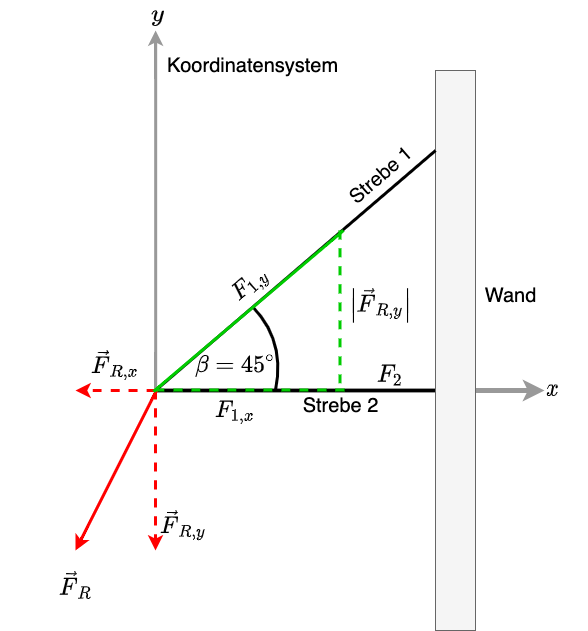
EUPhysik/LecturePhysicsOne keeps this draw.io diagram as book/Massenpunkt/Kräfte/Bilder/statik_wandhalterung_res_2.png. Above is the earlier version. Source tidied: cells renumbered, new cells last; positions are measured from the earlier drawing's top-left corner, leaving out a move shared by most shapes. Source of this version:
```xml
<mxGraphModel math="1">
  <root>
    <mxCell id="0" />
    <mxCell id="1" parent="0" />
    <mxCell id="2" style="endArrow=classic;html=1;fontSize=20;strokeColor=#999999;strokeWidth=3;curved=1;" parent="1" edge="1">
      <mxGeometry relative="1" as="geometry">
        <mxPoint x="155.2" y="390" as="sourcePoint" />
        <mxPoint x="155.2" y="30" as="targetPoint" />
      </mxGeometry>
    </mxCell>
    <mxCell id="3" style="endArrow=classic;html=1;fontSize=20;strokeColor=#999999;strokeWidth=5;curved=1;" parent="1" edge="1">
      <mxGeometry relative="1" as="geometry">
        <mxPoint x="154" y="390" as="sourcePoint" />
        <mxPoint x="544" y="390" as="targetPoint" />
      </mxGeometry>
    </mxCell>
    <mxCell id="4" style="endArrow=none;html=1;rounded=0;strokeWidth=3;" parent="1" edge="1">
      <mxGeometry relative="1" as="geometry">
        <mxPoint x="155" y="390" as="sourcePoint" />
        <mxPoint x="445" y="390" as="targetPoint" />
      </mxGeometry>
    </mxCell>
    <mxCell id="5" style="rounded=0;whiteSpace=wrap;html=1;fillColor=#f5f5f5;fontColor=#333333;strokeColor=#666666;" parent="1" vertex="1">
      <mxGeometry x="435" y="70" width="40" height="560" as="geometry" />
    </mxCell>
    <mxCell id="6" style="endArrow=none;html=1;rounded=0;entryX=0;entryY=0.143;entryDx=0;entryDy=0;entryPerimeter=0;strokeWidth=3;" parent="1" edge="1" target="5">
      <mxGeometry relative="1" as="geometry">
        <mxPoint x="155" y="390" as="sourcePoint" />
      </mxGeometry>
    </mxCell>
    <mxCell id="7" value="Strebe 1" style="text;html=1;align=center;verticalAlign=middle;fillColor=none;strokeColor=none;rounded=0;fontSize=20;rotation=319;" parent="1" vertex="1">
      <mxGeometry x="335" y="160" width="90" height="30" as="geometry" />
    </mxCell>
    <mxCell id="8" value="Strebe 2" style="text;html=1;align=center;verticalAlign=middle;fillColor=none;strokeColor=none;rounded=0;fontSize=20;" parent="1" vertex="1">
      <mxGeometry x="295" y="390" width="90" height="30" as="geometry" />
    </mxCell>
    <mxCell id="9" value="Wand" style="text;html=1;align=center;verticalAlign=middle;fillColor=none;strokeColor=none;rounded=0;fontSize=20;" parent="1" vertex="1">
      <mxGeometry x="475" y="280" width="70" height="30" as="geometry" />
    </mxCell>
    <mxCell id="10" value="$$F_{1,y}$$" style="text;html=1;align=center;verticalAlign=middle;fillColor=none;strokeColor=none;rounded=0;fontSize=20;rotation=319;" parent="1" vertex="1">
      <mxGeometry x="190" y="270" width="120" height="30" as="geometry" />
    </mxCell>
    <mxCell id="11" value="$$F_2$$" style="text;html=1;align=center;verticalAlign=middle;fillColor=none;strokeColor=none;rounded=0;fontSize=20;" parent="1" vertex="1">
      <mxGeometry x="345" y="360" width="90" height="30" as="geometry" />
    </mxCell>
    <mxCell id="12" style="endArrow=none;html=1;fontSize=20;strokeColor=#000000;strokeWidth=3;curved=1;" parent="1" edge="1">
      <mxGeometry relative="1" as="geometry">
        <mxPoint x="275" y="390" as="sourcePoint" />
        <mxPoint x="252" y="306" as="targetPoint" />
        <Array as="points">
          <mxPoint x="285" y="340" />
        </Array>
      </mxGeometry>
    </mxCell>
    <mxCell id="13" value="$$\beta = 45^\circ$$" style="text;html=1;align=center;verticalAlign=middle;fillColor=none;strokeColor=none;rounded=0;fontSize=20;" parent="1" vertex="1">
      <mxGeometry x="135" y="350" width="200" height="30" as="geometry" />
    </mxCell>
    <mxCell id="14" value="$$\vec{F}_R$$" style="text;html=1;align=center;verticalAlign=middle;fillColor=none;strokeColor=none;rounded=0;fontSize=20;" parent="1" vertex="1">
      <mxGeometry y="570" width="150" height="30" as="geometry" />
    </mxCell>
    <mxCell id="15" style="endArrow=none;html=1;strokeWidth=3;fontSize=20;curved=1;strokeColor=#FF0000;startArrow=classic;startFill=1;" parent="1" edge="1">
      <mxGeometry relative="1" as="geometry">
        <mxPoint x="75" y="550" as="sourcePoint" />
        <mxPoint x="156" y="390" as="targetPoint" />
      </mxGeometry>
    </mxCell>
    <mxCell id="16" value="Koordinatensystem" style="text;html=1;align=center;verticalAlign=middle;fillColor=none;strokeColor=none;rounded=0;fontSize=20;" parent="1" vertex="1">
      <mxGeometry x="157" y="50" width="190" height="30" as="geometry" />
    </mxCell>
    <mxCell id="17" value="$$x$$" style="text;html=1;align=center;verticalAlign=middle;fillColor=none;strokeColor=none;rounded=0;fontSize=20;" parent="1" vertex="1">
      <mxGeometry x="517" y="374" width="70" height="30" as="geometry" />
    </mxCell>
    <mxCell id="18" value="$$y$$" style="text;html=1;align=center;verticalAlign=middle;fillColor=none;strokeColor=none;rounded=0;fontSize=20;" parent="1" vertex="1">
      <mxGeometry x="122" width="70" height="30" as="geometry" />
    </mxCell>
    <mxCell id="19" style="endArrow=classic;html=1;fontSize=20;strokeColor=#FF0000;strokeWidth=3;curved=1;dashed=1;" parent="1" edge="1">
      <mxGeometry relative="1" as="geometry">
        <mxPoint x="155" y="390" as="sourcePoint" />
        <mxPoint x="155" y="550" as="targetPoint" />
      </mxGeometry>
    </mxCell>
    <mxCell id="20" value="$$\vec{F}_{R,y}$$" style="text;html=1;align=center;verticalAlign=middle;fillColor=none;strokeColor=none;rounded=0;fontSize=20;" parent="1" vertex="1">
      <mxGeometry x="93" y="510" width="180" height="30" as="geometry" />
    </mxCell>
    <mxCell id="21" style="endArrow=classic;html=1;fontSize=20;strokeColor=#FF0000;strokeWidth=3;curved=1;dashed=1;" parent="1" edge="1">
      <mxGeometry relative="1" as="geometry">
        <mxPoint x="155" y="390" as="sourcePoint" />
        <mxPoint x="75" y="390" as="targetPoint" />
      </mxGeometry>
    </mxCell>
    <mxCell id="22" value="$$\vec{F}_{R,x}$$" style="text;html=1;align=center;verticalAlign=middle;fillColor=none;strokeColor=none;rounded=0;fontSize=20;" parent="1" vertex="1">
      <mxGeometry x="25" y="350" width="180" height="30" as="geometry" />
    </mxCell>
    <mxCell id="23" style="endArrow=none;html=1;fontSize=20;strokeColor=#00CC00;strokeWidth=3;curved=1;dashed=1;endFill=0;" parent="1" edge="1">
      <mxGeometry relative="1" as="geometry">
        <mxPoint x="155" y="389.6" as="sourcePoint" />
        <mxPoint x="345" y="389.6" as="targetPoint" />
      </mxGeometry>
    </mxCell>
    <mxCell id="24" value="$$\left| \vec{F}_{R,y} \right|$$" style="text;html=1;align=center;verticalAlign=middle;fillColor=none;strokeColor=none;rounded=0;fontSize=20;" parent="1" vertex="1">
      <mxGeometry x="245" y="290" width="270" height="30" as="geometry" />
    </mxCell>
    <mxCell id="25" style="endArrow=none;html=1;fontSize=20;strokeColor=#00CC00;strokeWidth=3;curved=1;dashed=1;endFill=0;" parent="1" edge="1">
      <mxGeometry relative="1" as="geometry">
        <mxPoint x="339.6" y="230" as="sourcePoint" />
        <mxPoint x="339.6" y="390" as="targetPoint" />
      </mxGeometry>
    </mxCell>
    <mxCell id="26" style="endArrow=none;html=1;strokeWidth=3;fontSize=20;curved=1;strokeColor=#00CC00;startArrow=none;startFill=0;" parent="1" edge="1">
      <mxGeometry relative="1" as="geometry">
        <mxPoint x="343" y="230" as="sourcePoint" />
        <mxPoint x="153" y="391" as="targetPoint" />
      </mxGeometry>
    </mxCell>
    <mxCell id="27" value="$$F_{1,x}$$" style="text;html=1;align=center;verticalAlign=middle;fillColor=none;strokeColor=none;rounded=0;fontSize=20;" parent="1" vertex="1">
      <mxGeometry x="175" y="397" width="120" height="30" as="geometry" />
    </mxCell>
  </root>
</mxGraphModel>
```
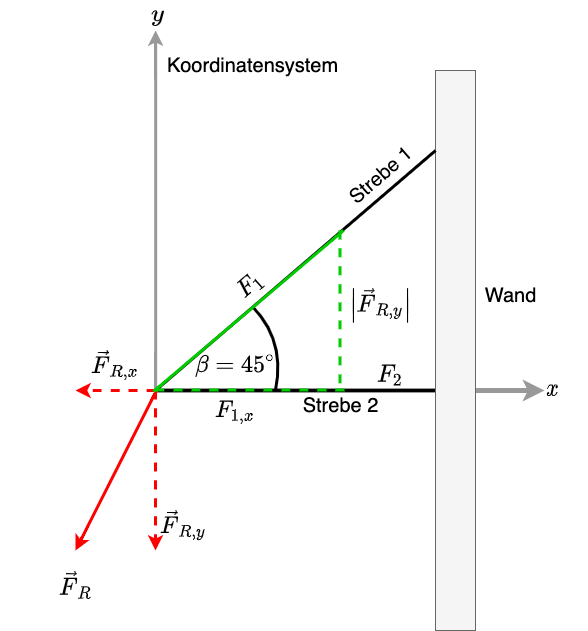
Above is the later version.

Commit message:
fixed Statik Aufgabe

Diff of the diagram source:
```diff
@@ -37,8 +37,8 @@
     <mxCell id="9" value="Wand" style="text;html=1;align=center;verticalAlign=middle;fillColor=none;strokeColor=none;rounded=0;fontSize=20;" parent="1" vertex="1">
       <mxGeometry x="475" y="280" width="70" height="30" as="geometry" />
     </mxCell>
-    <mxCell id="10" value="$$F_{1,y}$$" style="text;html=1;align=center;verticalAlign=middle;fillColor=none;strokeColor=none;rounded=0;fontSize=20;rotation=319;" parent="1" vertex="1">
-      <mxGeometry x="190" y="270" width="120" height="30" as="geometry" />
+    <mxCell id="10" value="$$F_{1}$$" style="text;html=1;align=center;verticalAlign=middle;fillColor=none;strokeColor=none;rounded=0;fontSize=20;rotation=319;" parent="1" vertex="1">
+      <mxGeometry x="195" y="270" width="110" height="30" as="geometry" />
     </mxCell>
     <mxCell id="11" value="$$F_2$$" style="text;html=1;align=center;verticalAlign=middle;fillColor=none;strokeColor=none;rounded=0;fontSize=20;" parent="1" vertex="1">
       <mxGeometry x="345" y="360" width="90" height="30" as="geometry" />
```
